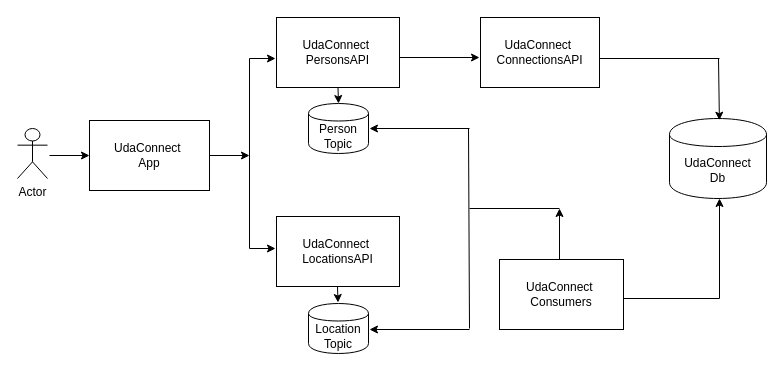
Before: docs/architecture_design.drawio in NohaSalah/nd064-c2-message-passing-projects-starter, a draw.io diagram. Source tidied: cells renumbered, new cells numbered last; positions are measured from the earlier drawing's top-left corner, leaving out a move shared by most shapes. Both pictures are drawn from the tidied source at 100%, with x=0, y=0 at pixel (17, 17).
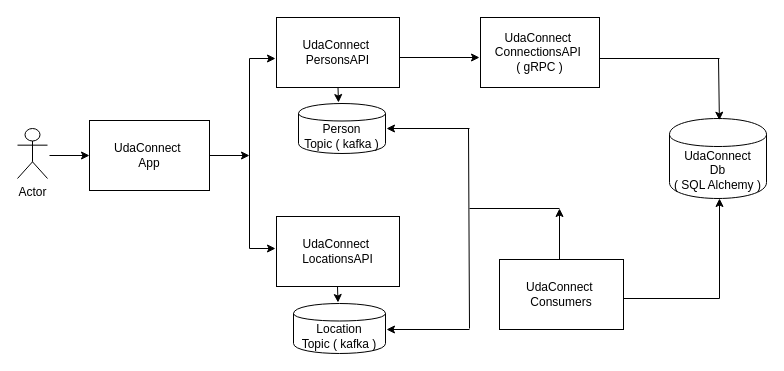
The same page after the edit.

Change to the diagram source:
```diff
@@
-    <mxCell id="5" value="UdaConnect&amp;nbsp;&lt;br&gt;ConnectionsAPI" style="whiteSpace=wrap;html=1;" parent="1" vertex="1">
+    <mxCell id="5" value="UdaConnect&amp;nbsp;&lt;br&gt;ConnectionsAPI&amp;nbsp;&lt;br&gt;( gRPC )" style="whiteSpace=wrap;html=1;" parent="1" vertex="1">
       <mxGeometry x="463" width="119" height="70" as="geometry" />
     </mxCell>
@@
-    <mxCell id="7" value="UdaConnect&lt;br&gt;Db" style="shape=cylinder;whiteSpace=wrap;html=1;boundedLbl=1;backgroundOutline=1;" parent="1" vertex="1">
+    <mxCell id="7" value="UdaConnect&lt;br&gt;Db&lt;br&gt;( SQL Alchemy )" style="shape=cylinder;whiteSpace=wrap;html=1;boundedLbl=1;backgroundOutline=1;" parent="1" vertex="1">
       <mxGeometry x="652" y="101" width="97" height="80" as="geometry" />
     </mxCell>
@@
-    <mxCell id="19" value="Person&lt;br&gt;Topic" style="shape=cylinder;whiteSpace=wrap;html=1;boundedLbl=1;backgroundOutline=1;" parent="1" vertex="1">
-      <mxGeometry x="291" y="86" width="60" height="50" as="geometry" />
+    <mxCell id="19" value="Person&lt;br&gt;Topic ( kafka )" style="shape=cylinder;whiteSpace=wrap;html=1;boundedLbl=1;backgroundOutline=1;" parent="1" vertex="1">
+      <mxGeometry x="281" y="86" width="87" height="50" as="geometry" />
     </mxCell>
-    <mxCell id="20" value="Location&lt;br&gt;Topic" style="shape=cylinder;whiteSpace=wrap;html=1;boundedLbl=1;backgroundOutline=1;" parent="1" vertex="1">
-      <mxGeometry x="291" y="286" width="60" height="50" as="geometry" />
+    <mxCell id="20" value="Location&lt;br&gt;Topic ( kafka )" style="shape=cylinder;whiteSpace=wrap;html=1;boundedLbl=1;backgroundOutline=1;" parent="1" vertex="1">
+      <mxGeometry x="276" y="286" width="92" height="50" as="geometry" />
     </mxCell>
-    <mxCell id="21" style="endArrow=classic;html=1;entryX=0.5;entryY=0;entryDx=0;entryDy=0;" parent="1" edge="1" target="19">
+    <mxCell id="21" style="endArrow=classic;html=1;" parent="1" edge="1">
       <mxGeometry relative="1" as="geometry">
         <mxPoint x="320.5" y="70" as="sourcePoint" />
+        <mxPoint x="321" y="85" as="targetPoint" />
       </mxGeometry>
     </mxCell>
@@
     <mxCell id="26" style="endArrow=classic;html=1;" parent="1" edge="1">
       <mxGeometry relative="1" as="geometry">
         <mxPoint x="452" y="111" as="sourcePoint" />
-        <mxPoint x="352" y="111" as="targetPoint" />
+        <mxPoint x="369" y="111" as="targetPoint" />
       </mxGeometry>
     </mxCell>
     <mxCell id="27" style="endArrow=classic;html=1;" parent="1" edge="1">
       <mxGeometry relative="1" as="geometry">
         <mxPoint x="452" y="312" as="sourcePoint" />
-        <mxPoint x="352" y="312" as="targetPoint" />
+        <mxPoint x="369" y="312" as="targetPoint" />
       </mxGeometry>
     </mxCell>
```
